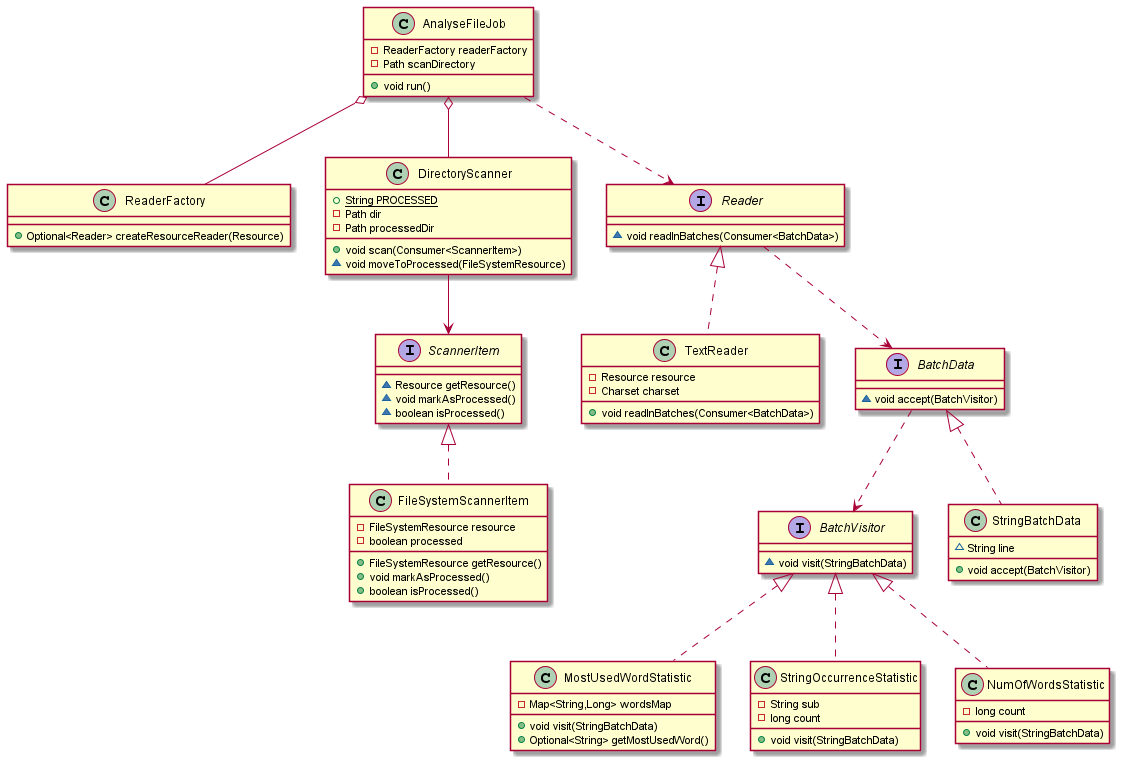
The PlantUML diagram diagrams/class.png in lookassh/hicx, before a commit. The source it was exported from:
```plantuml
@startuml
class MostUsedWordStatistic {
- Map<String,Long> wordsMap
+ void visit(StringBatchData)
+ Optional<String> getMostUsedWord()
}
class ReaderFactory {
+ Optional<Reader> createResourceReader(Resource)
}
class StringOccurrenceStatistic {
- String sub
- long count
+ void visit(StringBatchData)
}
interface BatchVisitor {
~ void visit(StringBatchData)
}
class AnalyseFileJob {
- ReaderFactory readerFactory
- Path scanDirectory
+ void run()
}
class DirectoryScanner {
+ {static} String PROCESSED
- Path dir
- Path processedDir
+ void scan(Consumer<ScannerItem>)
~ void moveToProcessed(FileSystemResource)
}
class FileSystemScannerItem {
- FileSystemResource resource
- boolean processed
+ FileSystemResource getResource()
+ void markAsProcessed()
+ boolean isProcessed()
}
interface Reader {
~ void readInBatches(Consumer<BatchData>)
}
class TextReader {
- Resource resource
- Charset charset
+ void readInBatches(Consumer<BatchData>)
}
interface BatchData {
~ void accept(BatchVisitor)
}
class NumOfWordsStatistic {
- long count
+ void visit(StringBatchData)
}
class StringBatchData {
~ String line
+ void accept(BatchVisitor)
}
interface ScannerItem {
~ Resource getResource()
~ void markAsProcessed()
~ boolean isProcessed()
}


BatchVisitor <|.. MostUsedWordStatistic
BatchVisitor <|.. StringOccurrenceStatistic
ScannerItem <|.. FileSystemScannerItem
Reader <|.. TextReader
BatchVisitor <|.. NumOfWordsStatistic
BatchData <|.. StringBatchData
BatchData ..> BatchVisitor

AnalyseFileJob o-- ReaderFactory
AnalyseFileJob o-- DirectoryScanner

Reader ..> BatchData

DirectoryScanner --> ScannerItem
AnalyseFileJob ..> Reader

@enduml
```
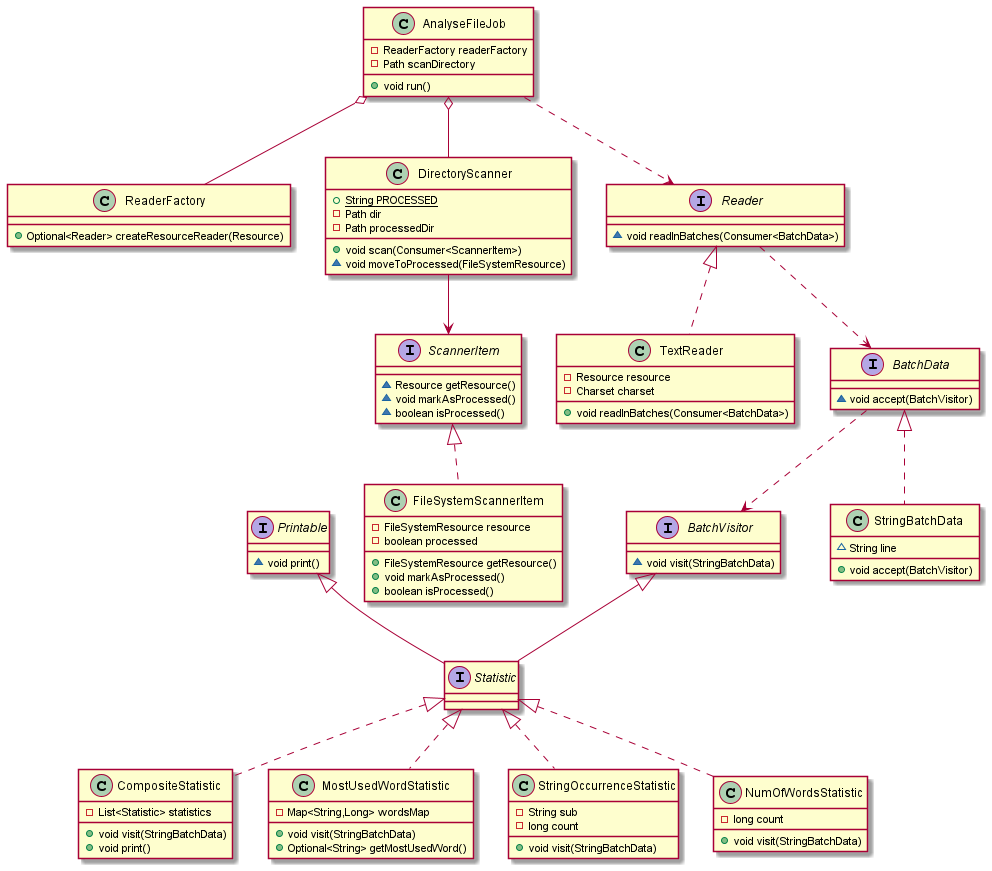
Above is the later version.

The edit, as a diff of the source:
```diff
@@ -1,4 +1,14 @@
 @startuml
+interface Statistic {
+}
+interface Printable {
+~ void print()
+}
+class CompositeStatistic {
+- List<Statistic> statistics
++ void visit(StringBatchData)
++ void print()
+}
 class MostUsedWordStatistic {
 - Map<String,Long> wordsMap
 + void visit(StringBatchData)
@@ -59,12 +69,14 @@
 ~ boolean isProcessed()
 }
 
-
-BatchVisitor <|.. MostUsedWordStatistic
-BatchVisitor <|.. StringOccurrenceStatistic
+BatchVisitor <|-- Statistic
+Printable <|-- Statistic
+Statistic <|.. MostUsedWordStatistic
+Statistic <|.. StringOccurrenceStatistic
+Statistic <|.. NumOfWordsStatistic
+Statistic <|.. CompositeStatistic
 ScannerItem <|.. FileSystemScannerItem
 Reader <|.. TextReader
-BatchVisitor <|.. NumOfWordsStatistic
 BatchData <|.. StringBatchData
 BatchData ..> BatchVisitor
 
```
